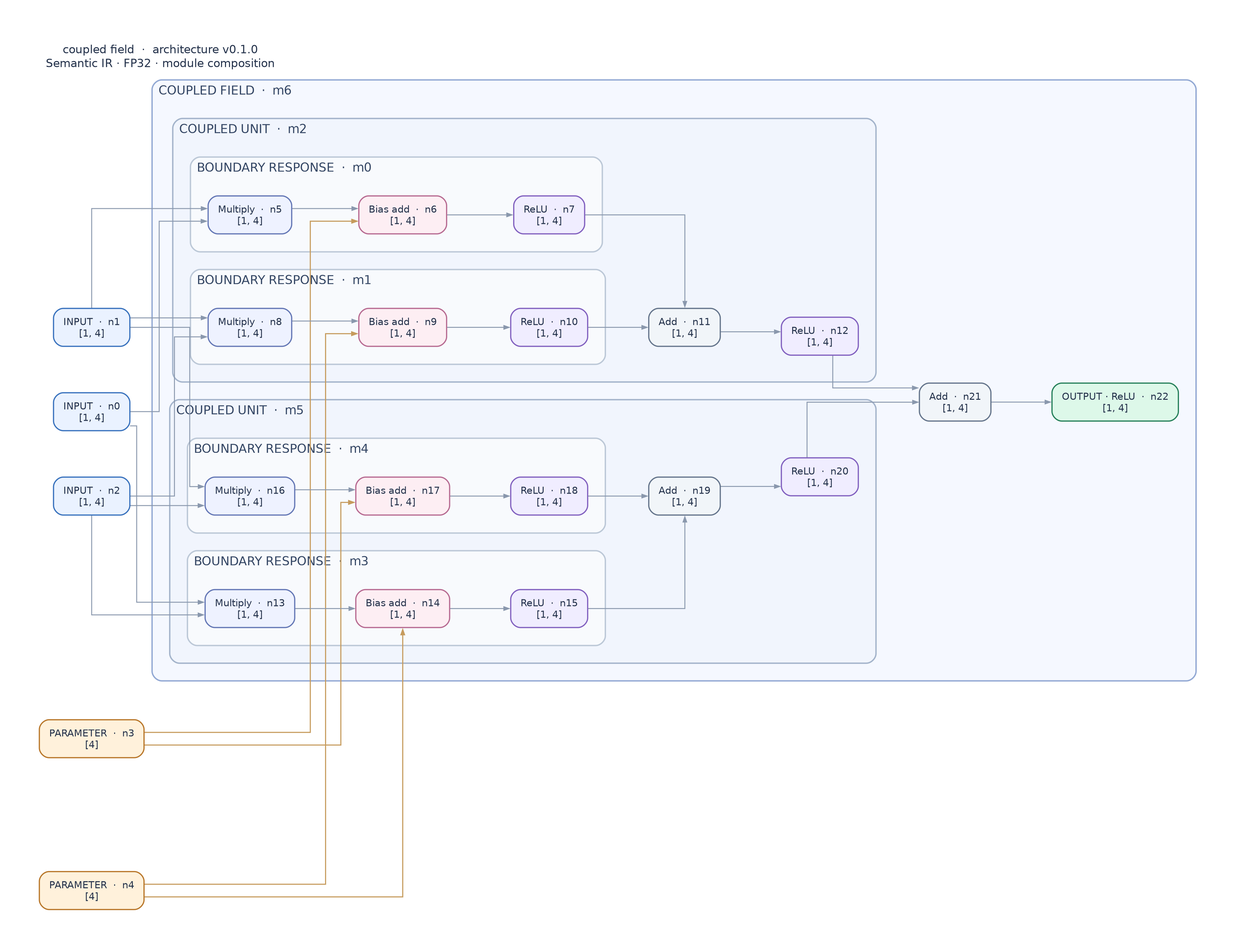
Above: labs/coupled-field-0.1.0/architecture.png in iivkis/polytropos-alpha (Graphviz), before the change. Its source is kept beside it as labs/coupled-field-0.1.0/architecture.dot.
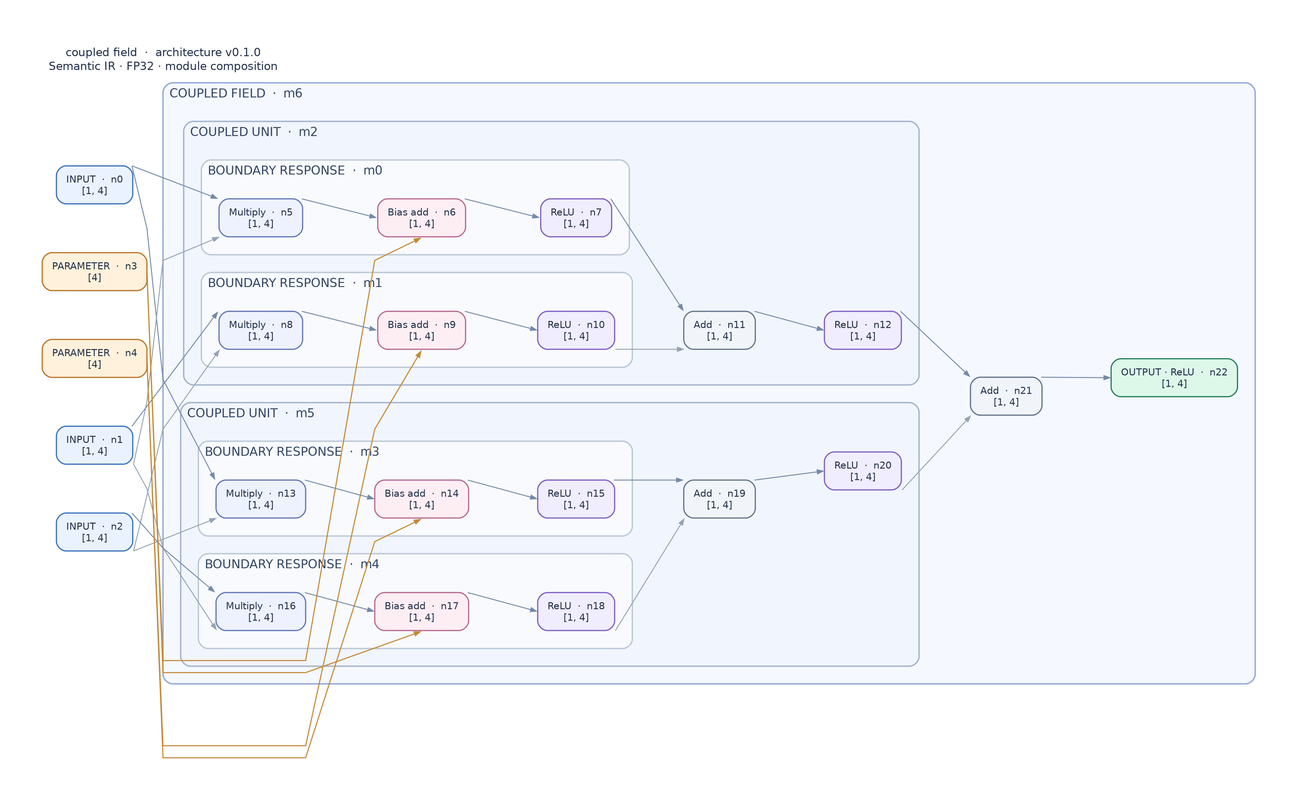
After the change.

What changed in the source:
```diff
@@ -1,11 +1,12 @@
 digraph verineural {
-  graph [rankdir=LR, compound=true, newrank=true, splines=ortho, outputorder=edgesfirst,
-         nodesep=0.65, ranksep=1.05, pad=0.50, margin=0.18, dpi=180,
+  graph [rankdir=LR, compound=true, newrank=true, splines=polyline,
+         concentrate=false, outputorder=edgesfirst,
+         nodesep=0.85, ranksep=1.20, pad=0.55, margin=0.18, dpi=180,
          bgcolor="#FFFFFF", fontname="DejaVu Sans", fontcolor="#24324B",
          labelloc=t, labeljust=l];
   node [shape=box, style="rounded,filled", fontname="DejaVu Sans",
         fontsize=12, fontcolor="#24324B", penwidth=1.5, margin="0.17,0.13"];
-  edge [color="#8796AA", penwidth=1.2, arrowsize=0.65];
+  edge [color="#8796AA", penwidth=1.1, arrowsize=0.72];
   label="coupled field  ·  architecture v0.1.0\nSemantic IR · FP32 · module composition";
   vn_export_version="1";
   vn_architecture_id="coupled-field";
@@ -209,33 +210,33 @@
     }
   }
   { rank=same; n0; n1; n2; n3; n4; }
-  n0 -> n5 [color="#8A98AD", penwidth="1.15", vn_src_port="output", vn_dst_port="input_0", vn_role="data", vn_shape="[1, 4]", vn_dtype="binary32", vn_transform="identity", vn_order="0", vn_constraint="source-shape-checked"];
-  n1 -> n5 [color="#8A98AD", penwidth="1.15", vn_src_port="output", vn_dst_port="input_1", vn_role="data", vn_shape="[1, 4]", vn_dtype="binary32", vn_transform="identity", vn_order="1", vn_constraint="source-shape-checked"];
-  n5 -> n6 [color="#8A98AD", penwidth="1.15", vn_src_port="output", vn_dst_port="input_0", vn_role="data", vn_shape="[1, 4]", vn_dtype="binary32", vn_transform="identity", vn_order="0", vn_constraint="source-shape-checked"];
-  n3 -> n6 [color="#C69B5D", penwidth="1.35", vn_src_port="output", vn_dst_port="input_1", vn_role="parameter", vn_shape="[4]", vn_dtype="binary32", vn_transform="row-wise-broadcast", vn_order="1", vn_constraint="source-shape-checked"];
-  n6 -> n7 [color="#8A98AD", penwidth="1.15", vn_src_port="output", vn_dst_port="input_0", vn_role="data", vn_shape="[1, 4]", vn_dtype="binary32", vn_transform="identity", vn_order="0", vn_constraint="source-shape-checked"];
-  n1 -> n8 [color="#8A98AD", penwidth="1.15", vn_src_port="output", vn_dst_port="input_0", vn_role="data", vn_shape="[1, 4]", vn_dtype="binary32", vn_transform="identity", vn_order="0", vn_constraint="source-shape-checked"];
-  n2 -> n8 [color="#8A98AD", penwidth="1.15", vn_src_port="output", vn_dst_port="input_1", vn_role="data", vn_shape="[1, 4]", vn_dtype="binary32", vn_transform="identity", vn_order="1", vn_constraint="source-shape-checked"];
-  n8 -> n9 [color="#8A98AD", penwidth="1.15", vn_src_port="output", vn_dst_port="input_0", vn_role="data", vn_shape="[1, 4]", vn_dtype="binary32", vn_transform="identity", vn_order="0", vn_constraint="source-shape-checked"];
-  n4 -> n9 [color="#C69B5D", penwidth="1.35", vn_src_port="output", vn_dst_port="input_1", vn_role="parameter", vn_shape="[4]", vn_dtype="binary32", vn_transform="row-wise-broadcast", vn_order="1", vn_constraint="source-shape-checked"];
-  n9 -> n10 [color="#8A98AD", penwidth="1.15", vn_src_port="output", vn_dst_port="input_0", vn_role="data", vn_shape="[1, 4]", vn_dtype="binary32", vn_transform="identity", vn_order="0", vn_constraint="source-shape-checked"];
-  n7 -> n11 [color="#8A98AD", penwidth="1.15", vn_src_port="output", vn_dst_port="input_0", vn_role="data", vn_shape="[1, 4]", vn_dtype="binary32", vn_transform="identity", vn_order="0", vn_constraint="source-shape-checked"];
-  n10 -> n11 [color="#8A98AD", penwidth="1.15", vn_src_port="output", vn_dst_port="input_1", vn_role="data", vn_shape="[1, 4]", vn_dtype="binary32", vn_transform="identity", vn_order="1", vn_constraint="source-shape-checked"];
-  n11 -> n12 [color="#8A98AD", penwidth="1.15", vn_src_port="output", vn_dst_port="input_0", vn_role="data", vn_shape="[1, 4]", vn_dtype="binary32", vn_transform="identity", vn_order="0", vn_constraint="source-shape-checked"];
-  n0 -> n13 [color="#8A98AD", penwidth="1.15", vn_src_port="output", vn_dst_port="input_0", vn_role="data", vn_shape="[1, 4]", vn_dtype="binary32", vn_transform="identity", vn_order="0", vn_constraint="source-shape-checked"];
-  n2 -> n13 [color="#8A98AD", penwidth="1.15", vn_src_port="output", vn_dst_port="input_1", vn_role="data", vn_shape="[1, 4]", vn_dtype="binary32", vn_transform="identity", vn_order="1", vn_constraint="source-shape-checked"];
-  n13 -> n14 [color="#8A98AD", penwidth="1.15", vn_src_port="output", vn_dst_port="input_0", vn_role="data", vn_shape="[1, 4]", vn_dtype="binary32", vn_transform="identity", vn_order="0", vn_constraint="source-shape-checked"];
-  n4 -> n14 [color="#C69B5D", penwidth="1.35", vn_src_port="output", vn_dst_port="input_1", vn_role="parameter", vn_shape="[4]", vn_dtype="binary32", vn_transform="row-wise-broadcast", vn_order="1", vn_constraint="source-shape-checked"];
-  n14 -> n15 [color="#8A98AD", penwidth="1.15", vn_src_port="output", vn_dst_port="input_0", vn_role="data", vn_shape="[1, 4]", vn_dtype="binary32", vn_transform="identity", vn_order="0", vn_constraint="source-shape-checked"];
-  n2 -> n16 [color="#8A98AD", penwidth="1.15", vn_src_port="output", vn_dst_port="input_0", vn_role="data", vn_shape="[1, 4]", vn_dtype="binary32", vn_transform="identity", vn_order="0", vn_constraint="source-shape-checked"];
-  n1 -> n16 [color="#8A98AD", penwidth="1.15", vn_src_port="output", vn_dst_port="input_1", vn_role="data", vn_shape="[1, 4]", vn_dtype="binary32", vn_transform="identity", vn_order="1", vn_constraint="source-shape-checked"];
-  n16 -> n17 [color="#8A98AD", penwidth="1.15", vn_src_port="output", vn_dst_port="input_0", vn_role="data", vn_shape="[1, 4]", vn_dtype="binary32", vn_transform="identity", vn_order="0", vn_constraint="source-shape-checked"];
-  n3 -> n17 [color="#C69B5D", penwidth="1.35", vn_src_port="output", vn_dst_port="input_1", vn_role="parameter", vn_shape="[4]", vn_dtype="binary32", vn_transform="row-wise-broadcast", vn_order="1", vn_constraint="source-shape-checked"];
-  n17 -> n18 [color="#8A98AD", penwidth="1.15", vn_src_port="output", vn_dst_port="input_0", vn_role="data", vn_shape="[1, 4]", vn_dtype="binary32", vn_transform="identity", vn_order="0", vn_constraint="source-shape-checked"];
-  n15 -> n19 [color="#8A98AD", penwidth="1.15", vn_src_port="output", vn_dst_port="input_0", vn_role="data", vn_shape="[1, 4]", vn_dtype="binary32", vn_transform="identity", vn_order="0", vn_constraint="source-shape-checked"];
-  n18 -> n19 [color="#8A98AD", penwidth="1.15", vn_src_port="output", vn_dst_port="input_1", vn_role="data", vn_shape="[1, 4]", vn_dtype="binary32", vn_transform="identity", vn_order="1", vn_constraint="source-shape-checked"];
-  n19 -> n20 [color="#8A98AD", penwidth="1.15", vn_src_port="output", vn_dst_port="input_0", vn_role="data", vn_shape="[1, 4]", vn_dtype="binary32", vn_transform="identity", vn_order="0", vn_constraint="source-shape-checked"];
-  n12 -> n21 [color="#8A98AD", penwidth="1.15", vn_src_port="output", vn_dst_port="input_0", vn_role="data", vn_shape="[1, 4]", vn_dtype="binary32", vn_transform="identity", vn_order="0", vn_constraint="source-shape-checked"];
-  n20 -> n21 [color="#8A98AD", penwidth="1.15", vn_src_port="output", vn_dst_port="input_1", vn_role="data", vn_shape="[1, 4]", vn_dtype="binary32", vn_transform="identity", vn_order="1", vn_constraint="source-shape-checked"];
-  n21 -> n22 [color="#8A98AD", penwidth="1.15", vn_src_port="output", vn_dst_port="input_0", vn_role="data", vn_shape="[1, 4]", vn_dtype="binary32", vn_transform="identity", vn_order="0", vn_constraint="source-shape-checked"];
+  n0 -> n5 [color="#7489A8", penwidth="1.15", tailport="ne", headport="nw", weight="4", minlen="1", constraint="true", vn_src_port="output", vn_dst_port="input_0", vn_role="data", vn_shape="[1, 4]", vn_dtype="binary32", vn_transform="identity", vn_order="0", vn_constraint="source-shape-checked"];
+  n1 -> n5 [color="#95A3B5", penwidth="1.15", tailport="se", headport="sw", weight="4", minlen="1", constraint="true", vn_src_port="output", vn_dst_port="input_1", vn_role="data", vn_shape="[1, 4]", vn_dtype="binary32", vn_transform="identity", vn_order="1", vn_constraint="source-shape-checked"];
+  n5 -> n6 [color="#7489A8", penwidth="1.15", tailport="ne", headport="w", weight="4", minlen="1", constraint="true", vn_src_port="output", vn_dst_port="input_0", vn_role="data", vn_shape="[1, 4]", vn_dtype="binary32", vn_transform="identity", vn_order="0", vn_constraint="source-shape-checked"];
+  n3 -> n6 [color="#C58A3A", penwidth="1.35", tailport="e", headport="s", weight="1", minlen="2", constraint="false", vn_src_port="output", vn_dst_port="input_1", vn_role="parameter", vn_shape="[4]", vn_dtype="binary32", vn_transform="row-wise-broadcast", vn_order="1", vn_constraint="source-shape-checked"];
+  n6 -> n7 [color="#7489A8", penwidth="1.15", tailport="ne", headport="w", weight="4", minlen="1", constraint="true", vn_src_port="output", vn_dst_port="input_0", vn_role="data", vn_shape="[1, 4]", vn_dtype="binary32", vn_transform="identity", vn_order="0", vn_constraint="source-shape-checked"];
+  n1 -> n8 [color="#7489A8", penwidth="1.15", tailport="ne", headport="nw", weight="4", minlen="1", constraint="true", vn_src_port="output", vn_dst_port="input_0", vn_role="data", vn_shape="[1, 4]", vn_dtype="binary32", vn_transform="identity", vn_order="0", vn_constraint="source-shape-checked"];
+  n2 -> n8 [color="#95A3B5", penwidth="1.15", tailport="se", headport="sw", weight="4", minlen="1", constraint="true", vn_src_port="output", vn_dst_port="input_1", vn_role="data", vn_shape="[1, 4]", vn_dtype="binary32", vn_transform="identity", vn_order="1", vn_constraint="source-shape-checked"];
+  n8 -> n9 [color="#7489A8", penwidth="1.15", tailport="ne", headport="w", weight="4", minlen="1", constraint="true", vn_src_port="output", vn_dst_port="input_0", vn_role="data", vn_shape="[1, 4]", vn_dtype="binary32", vn_transform="identity", vn_order="0", vn_constraint="source-shape-checked"];
+  n4 -> n9 [color="#C58A3A", penwidth="1.35", tailport="e", headport="s", weight="1", minlen="2", constraint="false", vn_src_port="output", vn_dst_port="input_1", vn_role="parameter", vn_shape="[4]", vn_dtype="binary32", vn_transform="row-wise-broadcast", vn_order="1", vn_constraint="source-shape-checked"];
+  n9 -> n10 [color="#7489A8", penwidth="1.15", tailport="ne", headport="w", weight="4", minlen="1", constraint="true", vn_src_port="output", vn_dst_port="input_0", vn_role="data", vn_shape="[1, 4]", vn_dtype="binary32", vn_transform="identity", vn_order="0", vn_constraint="source-shape-checked"];
+  n7 -> n11 [color="#7489A8", penwidth="1.15", tailport="ne", headport="nw", weight="4", minlen="1", constraint="true", vn_src_port="output", vn_dst_port="input_0", vn_role="data", vn_shape="[1, 4]", vn_dtype="binary32", vn_transform="identity", vn_order="0", vn_constraint="source-shape-checked"];
+  n10 -> n11 [color="#95A3B5", penwidth="1.15", tailport="se", headport="sw", weight="4", minlen="1", constraint="true", vn_src_port="output", vn_dst_port="input_1", vn_role="data", vn_shape="[1, 4]", vn_dtype="binary32", vn_transform="identity", vn_order="1", vn_constraint="source-shape-checked"];
+  n11 -> n12 [color="#7489A8", penwidth="1.15", tailport="ne", headport="w", weight="4", minlen="1", constraint="true", vn_src_port="output", vn_dst_port="input_0", vn_role="data", vn_shape="[1, 4]", vn_dtype="binary32", vn_transform="identity", vn_order="0", vn_constraint="source-shape-checked"];
+  n0 -> n13 [color="#7489A8", penwidth="1.15", tailport="ne", headport="nw", weight="4", minlen="1", constraint="true", vn_src_port="output", vn_dst_port="input_0", vn_role="data", vn_shape="[1, 4]", vn_dtype="binary32", vn_transform="identity", vn_order="0", vn_constraint="source-shape-checked"];
+  n2 -> n13 [color="#95A3B5", penwidth="1.15", tailport="se", headport="sw", weight="4", minlen="1", constraint="true", vn_src_port="output", vn_dst_port="input_1", vn_role="data", vn_shape="[1, 4]", vn_dtype="binary32", vn_transform="identity", vn_order="1", vn_constraint="source-shape-checked"];
+  n13 -> n14 [color="#7489A8", penwidth="1.15", tailport="ne", headport="w", weight="4", minlen="1", constraint="true", vn_src_port="output", vn_dst_port="input_0", vn_role="data", vn_shape="[1, 4]", vn_dtype="binary32", vn_transform="identity", vn_order="0", vn_constraint="source-shape-checked"];
+  n4 -> n14 [color="#C58A3A", penwidth="1.35", tailport="e", headport="s", weight="1", minlen="2", constraint="false", vn_src_port="output", vn_dst_port="input_1", vn_role="parameter", vn_shape="[4]", vn_dtype="binary32", vn_transform="row-wise-broadcast", vn_order="1", vn_constraint="source-shape-checked"];
+  n14 -> n15 [color="#7489A8", penwidth="1.15", tailport="ne", headport="w", weight="4", minlen="1", constraint="true", vn_src_port="output", vn_dst_port="input_0", vn_role="data", vn_shape="[1, 4]", vn_dtype="binary32", vn_transform="identity", vn_order="0", vn_constraint="source-shape-checked"];
+  n2 -> n16 [color="#7489A8", penwidth="1.15", tailport="ne", headport="nw", weight="4", minlen="1", constraint="true", vn_src_port="output", vn_dst_port="input_0", vn_role="data", vn_shape="[1, 4]", vn_dtype="binary32", vn_transform="identity", vn_order="0", vn_constraint="source-shape-checked"];
+  n1 -> n16 [color="#95A3B5", penwidth="1.15", tailport="se", headport="sw", weight="4", minlen="1", constraint="true", vn_src_port="output", vn_dst_port="input_1", vn_role="data", vn_shape="[1, 4]", vn_dtype="binary32", vn_transform="identity", vn_order="1", vn_constraint="source-shape-checked"];
+  n16 -> n17 [color="#7489A8", penwidth="1.15", tailport="ne", headport="w", weight="4", minlen="1", constraint="true", vn_src_port="output", vn_dst_port="input_0", vn_role="data", vn_shape="[1, 4]", vn_dtype="binary32", vn_transform="identity", vn_order="0", vn_constraint="source-shape-checked"];
+  n3 -> n17 [color="#C58A3A", penwidth="1.35", tailport="e", headport="s", weight="1", minlen="2", constraint="false", vn_src_port="output", vn_dst_port="input_1", vn_role="parameter", vn_shape="[4]", vn_dtype="binary32", vn_transform="row-wise-broadcast", vn_order="1", vn_constraint="source-shape-checked"];
+  n17 -> n18 [color="#7489A8", penwidth="1.15", tailport="ne", headport="w", weight="4", minlen="1", constraint="true", vn_src_port="output", vn_dst_port="input_0", vn_role="data", vn_shape="[1, 4]", vn_dtype="binary32", vn_transform="identity", vn_order="0", vn_constraint="source-shape-checked"];
+  n15 -> n19 [color="#7489A8", penwidth="1.15", tailport="ne", headport="nw", weight="4", minlen="1", constraint="true", vn_src_port="output", vn_dst_port="input_0", vn_role="data", vn_shape="[1, 4]", vn_dtype="binary32", vn_transform="identity", vn_order="0", vn_constraint="source-shape-checked"];
+  n18 -> n19 [color="#95A3B5", penwidth="1.15", tailport="se", headport="sw", weight="4", minlen="1", constraint="true", vn_src_port="output", vn_dst_port="input_1", vn_role="data", vn_shape="[1, 4]", vn_dtype="binary32", vn_transform="identity", vn_order="1", vn_constraint="source-shape-checked"];
+  n19 -> n20 [color="#7489A8", penwidth="1.15", tailport="ne", headport="w", weight="4", minlen="1", constraint="true", vn_src_port="output", vn_dst_port="input_0", vn_role="data", vn_shape="[1, 4]", vn_dtype="binary32", vn_transform="identity", vn_order="0", vn_constraint="source-shape-checked"];
+  n12 -> n21 [color="#7489A8", penwidth="1.15", tailport="ne", headport="nw", weight="4", minlen="1", constraint="true", vn_src_port="output", vn_dst_port="input_0", vn_role="data", vn_shape="[1, 4]", vn_dtype="binary32", vn_transform="identity", vn_order="0", vn_constraint="source-shape-checked"];
+  n20 -> n21 [color="#95A3B5", penwidth="1.15", tailport="se", headport="sw", weight="4", minlen="1", constraint="true", vn_src_port="output", vn_dst_port="input_1", vn_role="data", vn_shape="[1, 4]", vn_dtype="binary32", vn_transform="identity", vn_order="1", vn_constraint="source-shape-checked"];
+  n21 -> n22 [color="#7489A8", penwidth="1.15", tailport="ne", headport="w", weight="4", minlen="1", constraint="true", vn_src_port="output", vn_dst_port="input_0", vn_role="data", vn_shape="[1, 4]", vn_dtype="binary32", vn_transform="identity", vn_order="0", vn_constraint="source-shape-checked"];
 }
```
